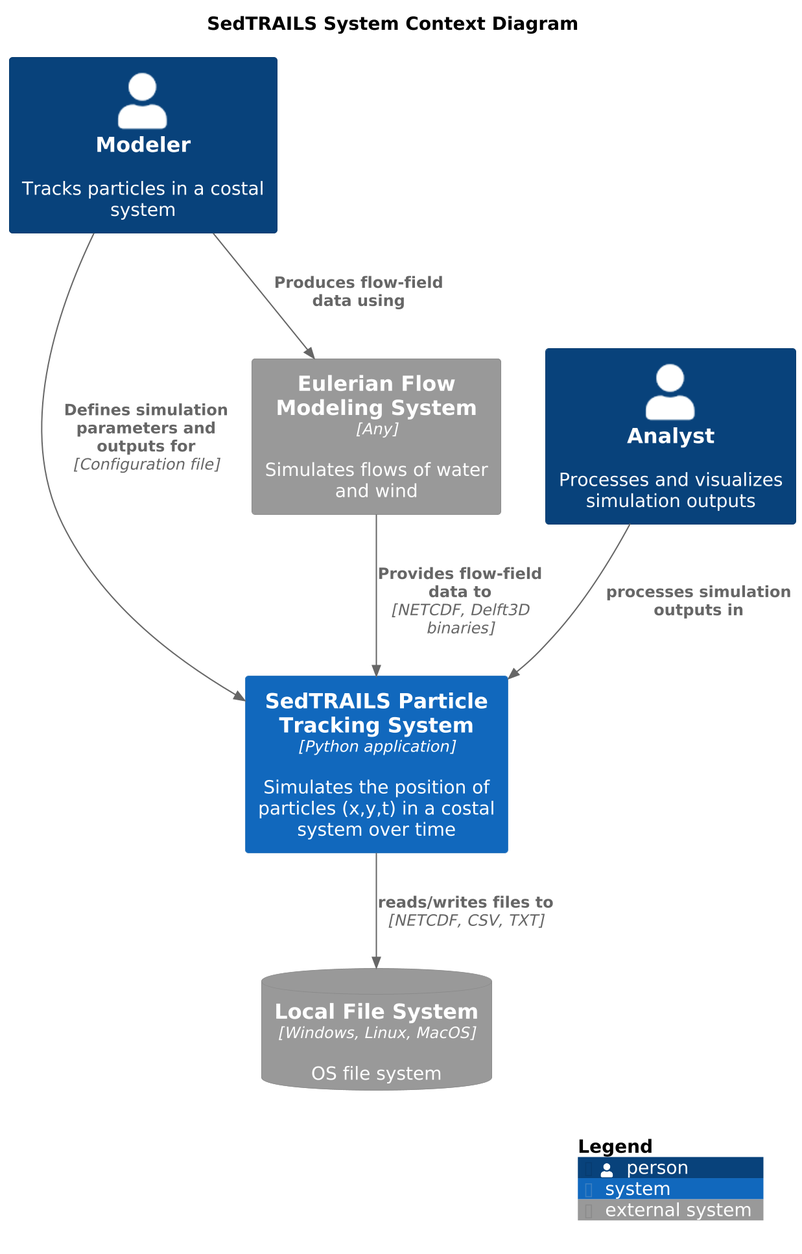
This is docs/_static/img/architecture/SedtrailContext.png from sgpearson17/sedtrails-sgp, a PlantUML export, as it was before one commit.
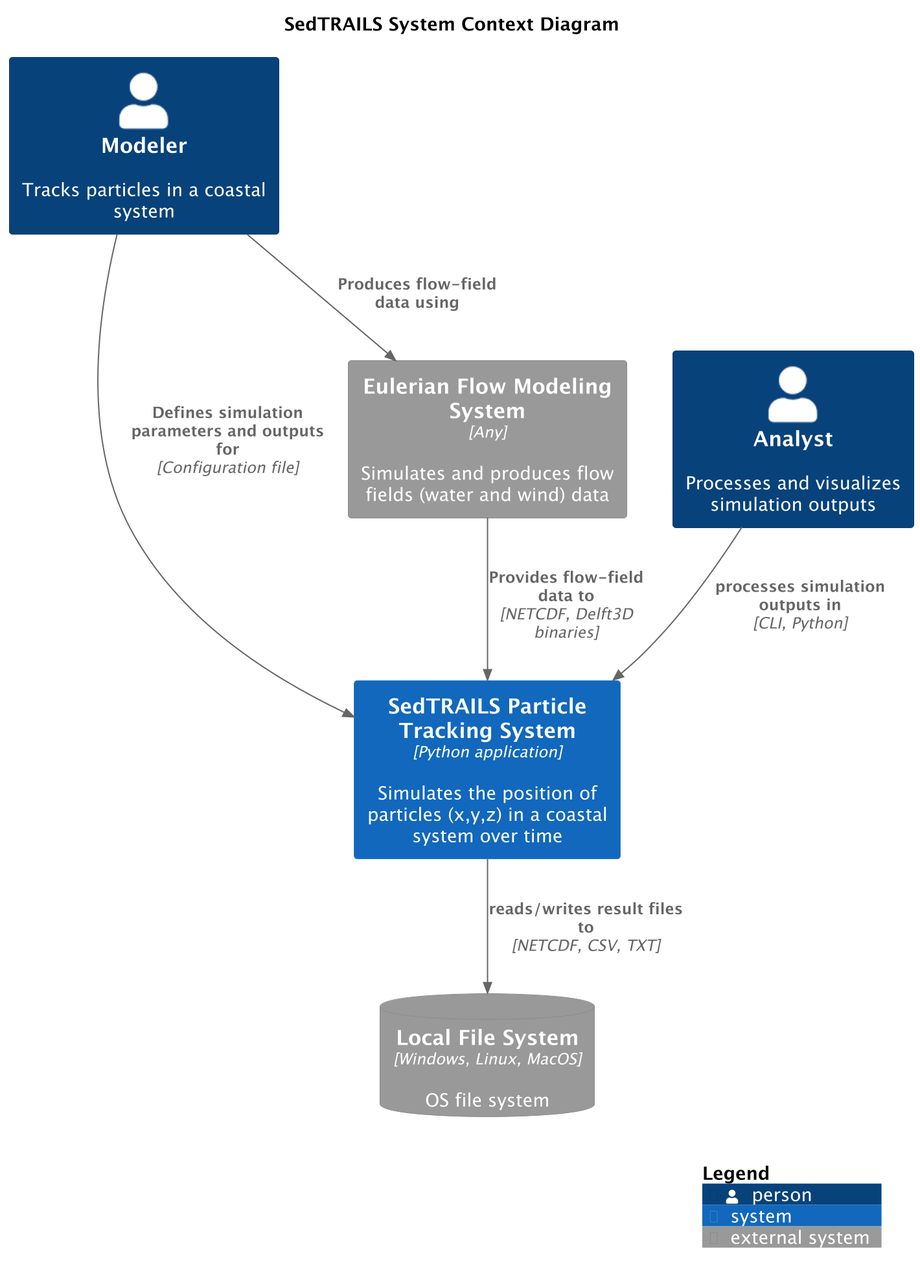
The same file after the commit.

Diff of the diagram source:
```diff
@@ -4,21 +4,20 @@
 title SedTRAILS System Context Diagram
 scale 2
 
-Person(modeler, "Modeler", "Tracks particles in a costal system")
+Person(modeler, "Modeler", "Tracks particles in a coastal system")
 Person(analyst, "Analyst", "Processes and visualizes simulation outputs")
 
-System(sedtrails, "SedTRAILS Particle Tracking System", "Simulates the position of particles (x,y,t) in a costal system over time", $type="Python application")
+System(sedtrails, "SedTRAILS Particle Tracking System", "Simulates the position of particles (x,y,z) in a coastal system over time", $type="Python application")
 
-System_Ext(flowSystem, "Eulerian Flow Modeling System", "Simulates flows of water and wind", $type="Any")
+System_Ext(flowSystem, "Eulerian Flow Modeling System", "Simulates and produces flow fields (water and wind) data", $type="Any")
 
 SystemDb_Ext(fileSystem, "Local File System", "OS file system", $type="Windows, Linux, MacOS")
 
-Rel(analyst, sedtrails, "processes simulation outputs in")
-Rel(sedtrails, fileSystem, "reads/writes files to", "NETCDF, CSV, TXT")
+Rel(analyst, sedtrails, "processes simulation outputs in ", "CLI, Python")
+Rel(sedtrails, fileSystem, "reads/writes result files to", "NETCDF, CSV, TXT")
 
 Rel(modeler, sedtrails, "Defines simulation parameters and outputs for", "Configuration file")
-Rel(modeler, flowSystem, "Produces flow-field data using")
-
+Rel(modeler, flowSystem, "Produces flow-field data using" )
 
 Rel(flowSystem, sedtrails, "Provides flow-field data to ", "NETCDF, Delft3D binaries")
 
```
